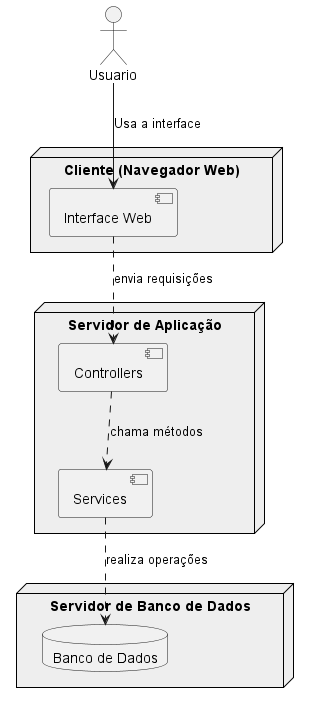
Above: project/img/deploy.png in hegdt/lds-3 (PlantUML), before the change.
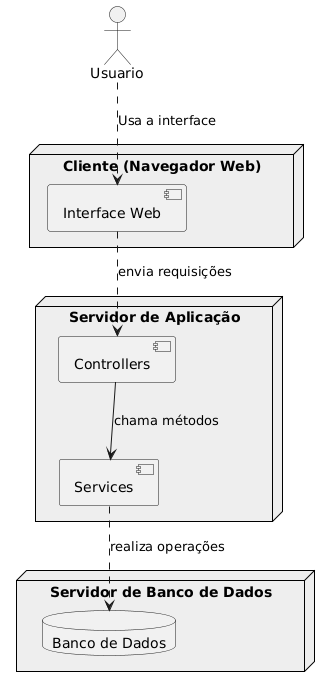
The same diagram one commit later.

The edit, as a diff of the source:
```diff
@@ -19,10 +19,9 @@
   database "Banco de Dados" as DB
 }
 
-Usuario --> WebUI : Usa a interface
+Usuario ..> WebUI : Usa a interface
 
 WebUI ..> AppController : envia requisições
-AppController ..> AppService : chama métodos
+AppController --> AppService : chama métodos
 AppService ..> DB : realiza operações
-
 @enduml
```
